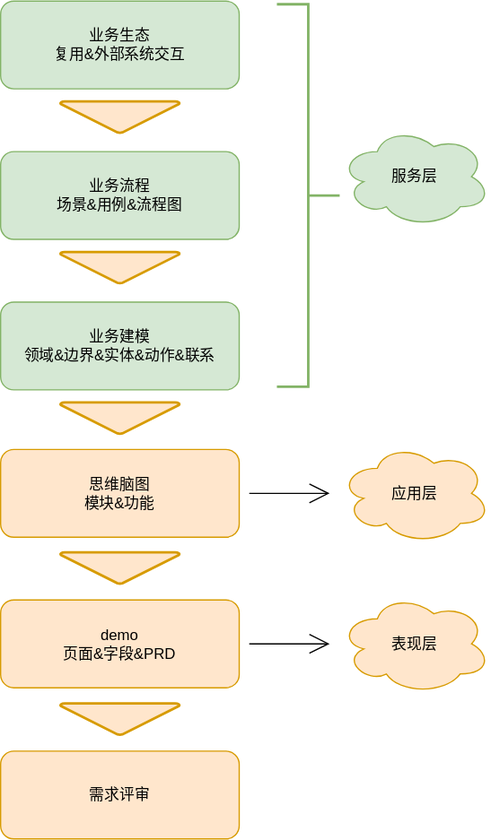
Above: ddm.drawio.svg in fsdmp/diagrams (draw.io), before the change. Source tidied: cells renumbered, new cells last; positions are measured from the earlier drawing's top-left corner, leaving out a move shared by most shapes.
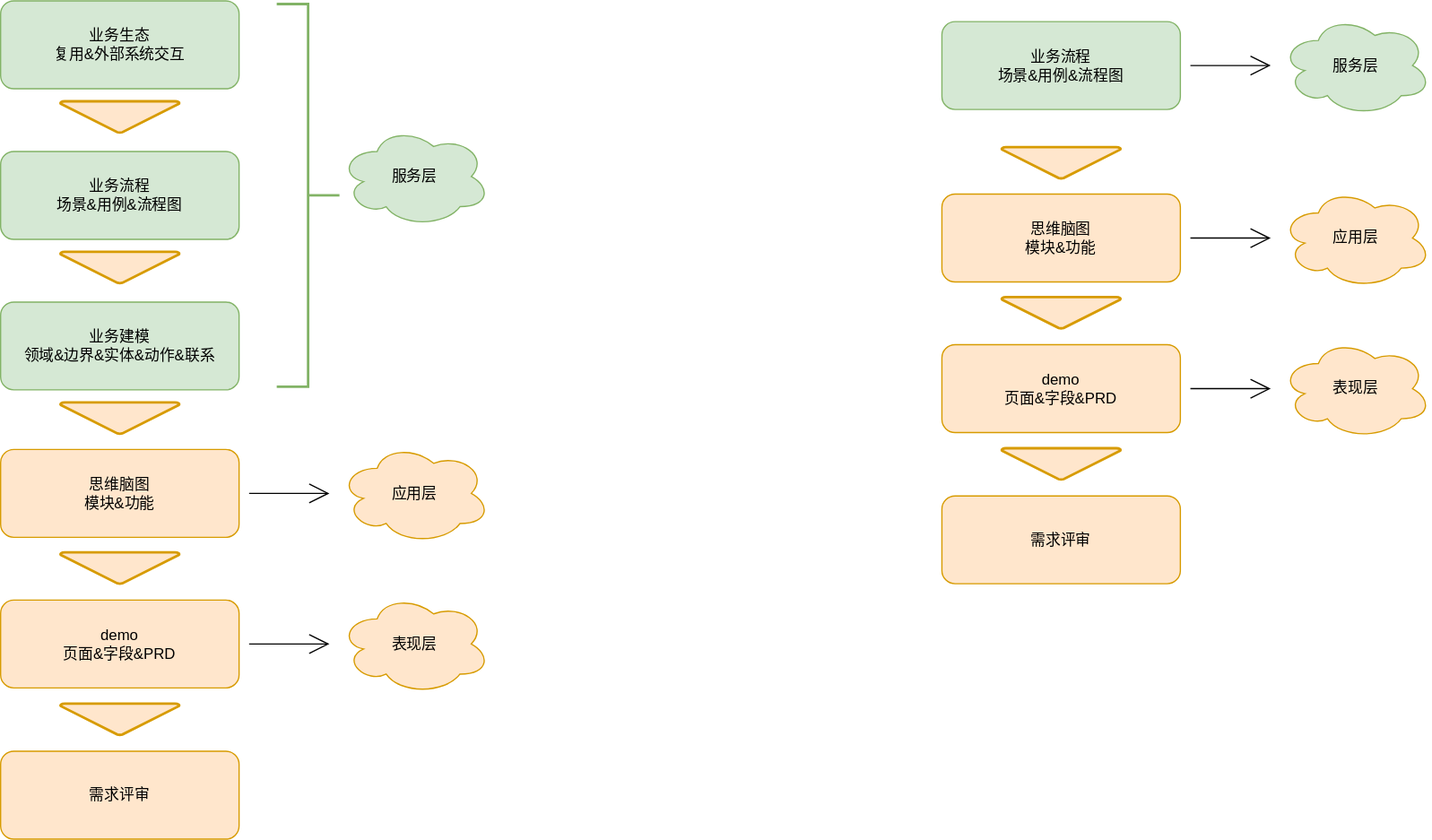
After the commit.

Change to the diagram source:
```diff
@@ -53,5 +53,44 @@
     <mxCell id="18" style="strokeWidth=2;html=1;shape=mxgraph.flowchart.merge_or_storage;whiteSpace=wrap;hachureGap=4;fillColor=#ffe6cc;strokeColor=#d79b00;" parent="1" vertex="1">
       <mxGeometry x="47.5" y="560" width="95" height="25" as="geometry" />
     </mxCell>
+    <mxCell id="19" style="edgeStyle=none;curved=1;rounded=0;jettySize=auto;html=1;endArrow=open;startSize=14;endSize=14;sourcePerimeterSpacing=8;targetPerimeterSpacing=8;" parent="1" edge="1" source="20" target="27">
+      <mxGeometry relative="1" as="geometry" />
+    </mxCell>
+    <mxCell id="20" value="业务流程&lt;br&gt;场景&amp;amp;用例&amp;amp;流程图&lt;br&gt;" style="rounded=1;whiteSpace=wrap;html=1;hachureGap=4;fillColor=#d5e8d4;strokeColor=#82b366;" parent="1" vertex="1">
+      <mxGeometry x="750" y="16.5" width="190" height="70" as="geometry" />
+    </mxCell>
+    <mxCell id="21" style="edgeStyle=none;curved=1;rounded=0;jettySize=auto;html=1;endArrow=open;startSize=14;endSize=14;sourcePerimeterSpacing=8;targetPerimeterSpacing=8;" parent="1" edge="1" source="22" target="28">
+      <mxGeometry relative="1" as="geometry" />
+    </mxCell>
+    <mxCell id="22" value="demo&lt;br&gt;页面&amp;amp;字段&amp;amp;PRD&lt;br&gt;" style="rounded=1;whiteSpace=wrap;html=1;hachureGap=4;fillColor=#ffe6cc;strokeColor=#d79b00;" parent="1" vertex="1">
+      <mxGeometry x="750" y="274" width="190" height="70" as="geometry" />
+    </mxCell>
+    <mxCell id="23" style="edgeStyle=none;curved=1;rounded=0;jettySize=auto;html=1;endArrow=open;startSize=14;endSize=14;sourcePerimeterSpacing=8;targetPerimeterSpacing=8;" parent="1" edge="1" source="24" target="29">
+      <mxGeometry relative="1" as="geometry" />
+    </mxCell>
+    <mxCell id="24" value="思维脑图&lt;br&gt;模块&amp;amp;功能&lt;br&gt;" style="rounded=1;whiteSpace=wrap;html=1;hachureGap=4;fillColor=#ffe6cc;strokeColor=#d79b00;" parent="1" vertex="1">
+      <mxGeometry x="750" y="154" width="190" height="70" as="geometry" />
+    </mxCell>
+    <mxCell id="25" style="strokeWidth=2;html=1;shape=mxgraph.flowchart.merge_or_storage;whiteSpace=wrap;hachureGap=4;fillColor=#ffe6cc;strokeColor=#d79b00;" parent="1" vertex="1">
+      <mxGeometry x="797.5" y="116.5" width="95" height="25" as="geometry" />
+    </mxCell>
+    <mxCell id="26" style="strokeWidth=2;html=1;shape=mxgraph.flowchart.merge_or_storage;whiteSpace=wrap;hachureGap=4;fillColor=#ffe6cc;strokeColor=#d79b00;" parent="1" vertex="1">
+      <mxGeometry x="797.5" y="236" width="95" height="25" as="geometry" />
+    </mxCell>
+    <mxCell id="27" value="服务层" style="ellipse;shape=cloud;whiteSpace=wrap;html=1;hachureGap=4;fillColor=#d5e8d4;strokeColor=#82b366;" parent="1" vertex="1">
+      <mxGeometry x="1020" y="11.5" width="120" height="80" as="geometry" />
+    </mxCell>
+    <mxCell id="28" value="表现层" style="ellipse;shape=cloud;whiteSpace=wrap;html=1;hachureGap=4;fillColor=#ffe6cc;strokeColor=#d79b00;" parent="1" vertex="1">
+      <mxGeometry x="1020" y="269" width="120" height="80" as="geometry" />
+    </mxCell>
+    <mxCell id="29" value="应用层" style="ellipse;shape=cloud;whiteSpace=wrap;html=1;hachureGap=4;fillColor=#ffe6cc;strokeColor=#d79b00;" parent="1" vertex="1">
+      <mxGeometry x="1020" y="149" width="120" height="80" as="geometry" />
+    </mxCell>
+    <mxCell id="30" value="需求评审&lt;br&gt;" style="rounded=1;whiteSpace=wrap;html=1;hachureGap=4;fillColor=#ffe6cc;strokeColor=#d79b00;" parent="1" vertex="1">
+      <mxGeometry x="750" y="394.5" width="190" height="70" as="geometry" />
+    </mxCell>
+    <mxCell id="31" style="strokeWidth=2;html=1;shape=mxgraph.flowchart.merge_or_storage;whiteSpace=wrap;hachureGap=4;fillColor=#ffe6cc;strokeColor=#d79b00;" parent="1" vertex="1">
+      <mxGeometry x="797.5" y="356.5" width="95" height="25" as="geometry" />
+    </mxCell>
   </root>
 </mxGraphModel>
```
